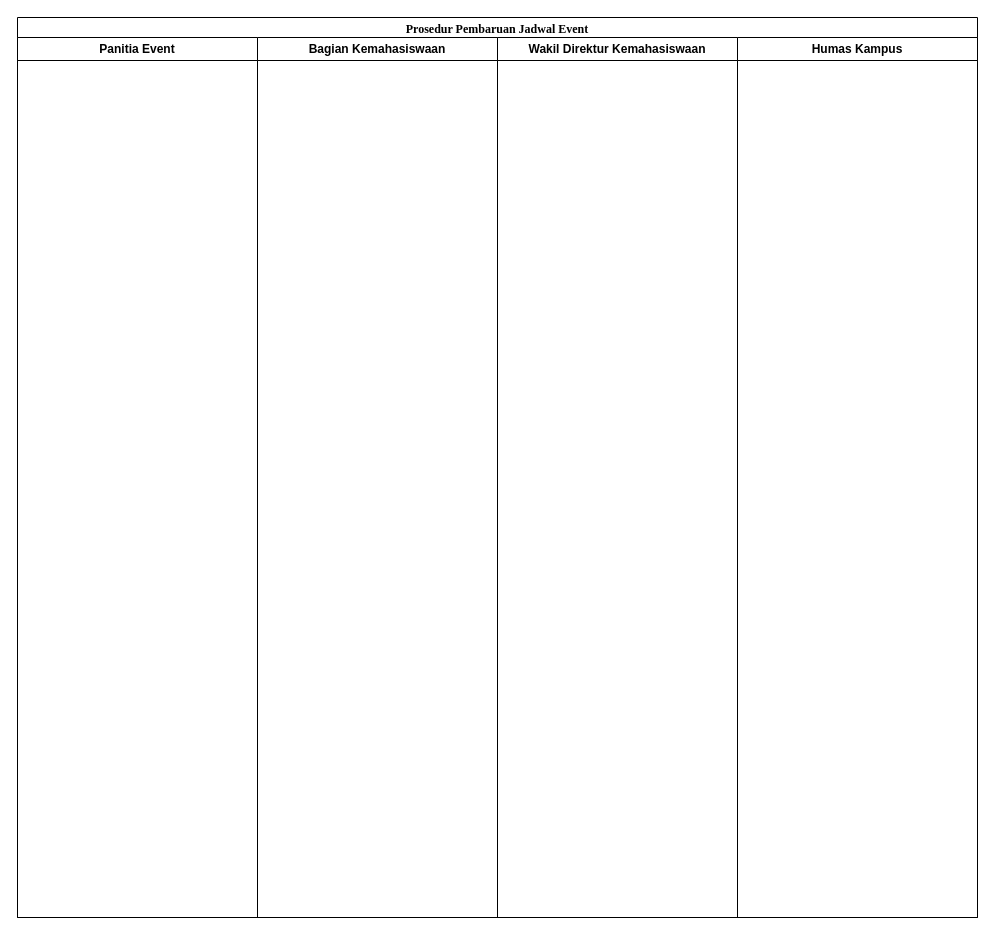
Above: page "ProsedurPembaruanJadwalEvent" (5 of 5) of Flowchart.drawio in TriaAhmad/Flowchart (draw.io), before the change. Source tidied: cells renumbered, new cells numbered last; positions are measured from the earlier drawing's top-left corner, leaving out a move shared by most shapes. Both pictures are drawn from the tidied source at 100%, with x=0, y=0 at pixel (17, 17).
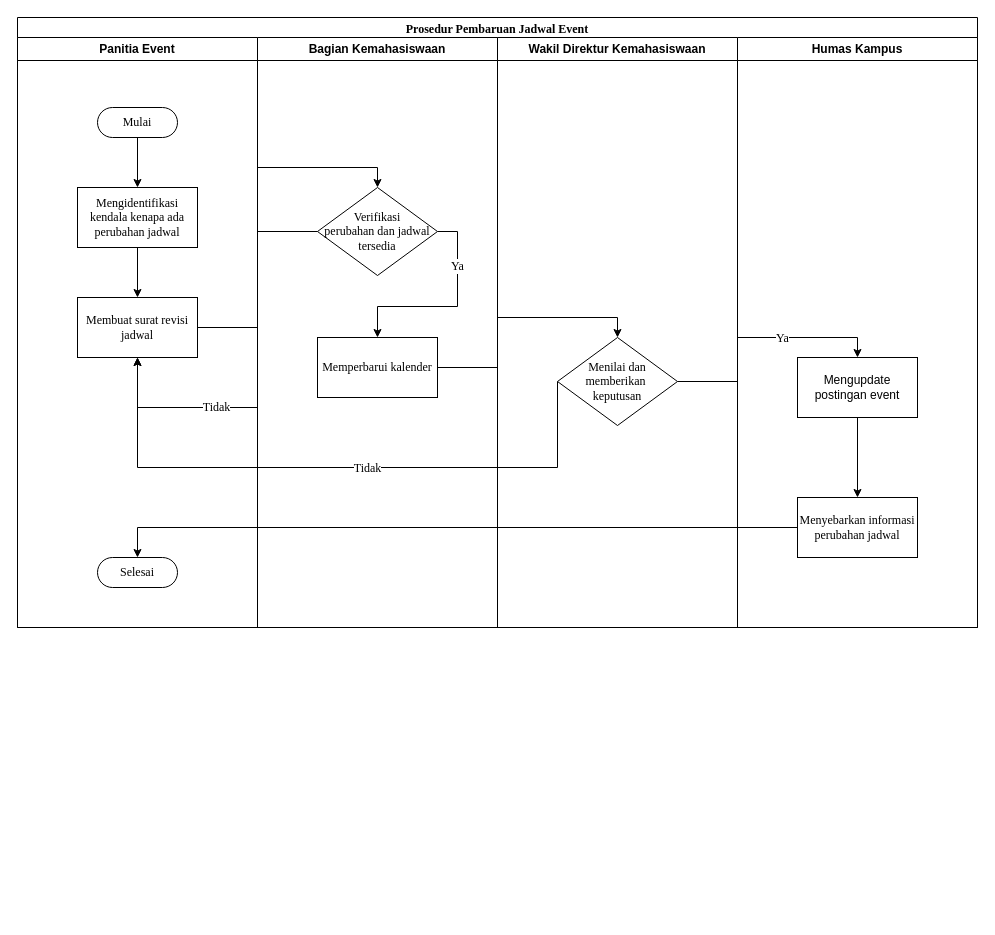
The same page after the edit.

The edit, as a diff of the source:
```diff
@@
     <mxCell id="2" value="&lt;font face=&quot;Times New Roman&quot;&gt;Prosedur Pembaruan Jadwal Event&lt;/font&gt;" style="swimlane;whiteSpace=wrap;html=1;" parent="1" vertex="1">
-      <mxGeometry width="960" height="900" as="geometry" />
+      <mxGeometry width="960" height="610" as="geometry" />
     </mxCell>
     <mxCell id="3" value="Panitia Event" style="swimlane;whiteSpace=wrap;html=1;startSize=23;" parent="2" vertex="1">
-      <mxGeometry y="20" width="240" height="880" as="geometry" />
+      <mxGeometry y="20" width="240" height="590" as="geometry" />
     </mxCell>
+    <mxCell id="7" style="edgeStyle=orthogonalEdgeStyle;rounded=0;jettySize=auto;html=1;exitX=0.5;exitY=0.5;exitDx=0;exitDy=15;exitPerimeter=0;entryX=0.5;entryY=0;entryDx=0;entryDy=0;" parent="3" edge="1" source="8" target="10">
+      <mxGeometry relative="1" as="geometry" />
+    </mxCell>
+    <mxCell id="8" value="&lt;font face=&quot;Times New Roman&quot;&gt;Mulai&lt;/font&gt;" style="html=1;dashed=0;whiteSpace=wrap;shape=mxgraph.dfd.start;" parent="3" vertex="1">
+      <mxGeometry x="80" y="70" width="80" height="30" as="geometry" />
+    </mxCell>
+    <mxCell id="9" style="edgeStyle=orthogonalEdgeStyle;rounded=0;jettySize=auto;html=1;exitX=0.5;exitY=1;exitDx=0;exitDy=0;entryX=0.5;entryY=0;entryDx=0;entryDy=0;" parent="3" edge="1" source="10" target="11">
+      <mxGeometry relative="1" as="geometry" />
+    </mxCell>
+    <mxCell id="10" value="&lt;font face=&quot;Times New Roman&quot;&gt;Mengidentifikasi kendala kenapa ada&lt;/font&gt;&lt;div&gt;&lt;font face=&quot;Times New Roman&quot;&gt;perubahan jadwal&lt;/font&gt;&lt;/div&gt;" style="rounded=0;whiteSpace=wrap;html=1;" parent="3" vertex="1">
+      <mxGeometry x="60" y="150" width="120" height="60" as="geometry" />
+    </mxCell>
+    <mxCell id="11" value="&lt;font face=&quot;Times New Roman&quot;&gt;Membuat surat revisi&lt;/font&gt;&lt;div&gt;&lt;font face=&quot;Times New Roman&quot;&gt;jadwal&lt;/font&gt;&lt;/div&gt;" style="rounded=0;whiteSpace=wrap;html=1;" parent="3" vertex="1">
+      <mxGeometry x="60" y="260" width="120" height="60" as="geometry" />
+    </mxCell>
+    <mxCell id="12" value="&lt;font face=&quot;Times New Roman&quot;&gt;Selesai&lt;/font&gt;" style="html=1;dashed=0;whiteSpace=wrap;shape=mxgraph.dfd.start;" parent="3" vertex="1">
+      <mxGeometry x="80" y="520" width="80" height="30" as="geometry" />
+    </mxCell>
     <mxCell id="4" value="Bagian Kemahasiswaan" style="swimlane;whiteSpace=wrap;html=1;" parent="2" vertex="1">
-      <mxGeometry x="240" y="20" width="240" height="880" as="geometry" />
+      <mxGeometry x="240" y="20" width="240" height="590" as="geometry" />
     </mxCell>
+    <mxCell id="13" style="edgeStyle=orthogonalEdgeStyle;rounded=0;jettySize=auto;html=1;exitX=1;exitY=0.5;exitDx=0;exitDy=0;entryX=0.5;entryY=0;entryDx=0;entryDy=0;" parent="4" edge="1" source="15" target="16">
+      <mxGeometry relative="1" as="geometry" />
+    </mxCell>
+    <mxCell id="14" value="&lt;font face=&quot;Times New Roman&quot; style=&quot;font-size: 12px;&quot;&gt;Ya&lt;/font&gt;" style="edgeLabel;html=1;align=center;verticalAlign=middle;" parent="13" vertex="1">
+      <mxGeometry x="-0.48" y="-1" relative="1" as="geometry" />
+    </mxCell>
+    <mxCell id="15" value="&lt;font face=&quot;Times New Roman&quot;&gt;Verifikasi&lt;/font&gt;&lt;div&gt;&lt;font face=&quot;Times New Roman&quot;&gt;perubahan dan jadwal tersedia&lt;/font&gt;&lt;/div&gt;" style="rhombus;whiteSpace=wrap;html=1;" parent="4" vertex="1">
+      <mxGeometry x="60" y="150" width="120" height="88" as="geometry" />
+    </mxCell>
+    <mxCell id="16" value="&lt;font face=&quot;Times New Roman&quot;&gt;Memperbarui kalender&lt;/font&gt;" style="rounded=0;whiteSpace=wrap;html=1;" parent="4" vertex="1">
+      <mxGeometry x="60" y="300" width="120" height="60" as="geometry" />
+    </mxCell>
     <mxCell id="5" value="Wakil Direktur Kemahasiswaan" style="swimlane;whiteSpace=wrap;html=1;" parent="2" vertex="1">
-      <mxGeometry x="480" y="20" width="240" height="880" as="geometry" />
+      <mxGeometry x="480" y="20" width="240" height="590" as="geometry" />
     </mxCell>
+    <mxCell id="17" style="edgeStyle=orthogonalEdgeStyle;rounded=0;jettySize=auto;html=1;exitX=0;exitY=0.5;exitDx=0;exitDy=0;" parent="5" edge="1" source="19">
+      <mxGeometry relative="1" as="geometry">
+        <mxPoint x="-360" y="320" as="targetPoint" />
+        <Array as="points">
+          <mxPoint x="60" y="430" />
+          <mxPoint x="-360" y="430" />
+        </Array>
+      </mxGeometry>
+    </mxCell>
+    <mxCell id="18" value="&lt;font face=&quot;Times New Roman&quot; style=&quot;font-size: 12px;&quot;&gt;Tidak&lt;/font&gt;" style="edgeLabel;html=1;align=center;verticalAlign=middle;" parent="17" vertex="1">
+      <mxGeometry x="-0.1" relative="1" as="geometry" />
+    </mxCell>
+    <mxCell id="19" value="&lt;font face=&quot;Times New Roman&quot;&gt;Menilai dan memberikan&amp;nbsp;&lt;/font&gt;&lt;div&gt;&lt;font face=&quot;Times New Roman&quot;&gt;keputusan&lt;/font&gt;&lt;/div&gt;" style="rhombus;whiteSpace=wrap;html=1;" parent="5" vertex="1">
+      <mxGeometry x="60" y="300" width="120" height="88" as="geometry" />
+    </mxCell>
     <mxCell id="6" value="Humas Kampus" style="swimlane;whiteSpace=wrap;html=1;startSize=23;" parent="2" vertex="1">
-      <mxGeometry x="720" y="20" width="240" height="880" as="geometry" />
+      <mxGeometry x="720" y="20" width="240" height="590" as="geometry" />
     </mxCell>
+    <mxCell id="20" style="edgeStyle=orthogonalEdgeStyle;rounded=0;jettySize=auto;html=1;exitX=0.5;exitY=1;exitDx=0;exitDy=0;" parent="6" edge="1" source="21" target="22">
+      <mxGeometry relative="1" as="geometry" />
+    </mxCell>
+    <mxCell id="21" value="Mengupdate&lt;div&gt;postingan event&lt;/div&gt;" style="rounded=0;whiteSpace=wrap;html=1;" parent="6" vertex="1">
+      <mxGeometry x="60" y="320" width="120" height="60" as="geometry" />
+    </mxCell>
+    <mxCell id="22" value="&lt;span lang=&quot;IN&quot; style=&quot;line-height: 107%; font-family: &amp;quot;Times New Roman&amp;quot;, serif;&quot;&gt;&lt;font style=&quot;font-size: 12px;&quot;&gt;Menyebarkan informasi&lt;/font&gt;&lt;/span&gt;&lt;div&gt;&lt;span lang=&quot;IN&quot; style=&quot;line-height: 107%; font-family: &amp;quot;Times New Roman&amp;quot;, serif;&quot;&gt;&lt;font style=&quot;font-size: 12px;&quot;&gt;perubahan jadwal&lt;/font&gt;&lt;/span&gt;&lt;/div&gt;" style="rounded=0;whiteSpace=wrap;html=1;" parent="6" vertex="1">
+      <mxGeometry x="60" y="460" width="120" height="60" as="geometry" />
+    </mxCell>
+    <mxCell id="23" style="edgeStyle=orthogonalEdgeStyle;rounded=0;jettySize=auto;html=1;exitX=1;exitY=0.5;exitDx=0;exitDy=0;entryX=0.5;entryY=0;entryDx=0;entryDy=0;" parent="2" edge="1" source="11" target="15">
+      <mxGeometry relative="1" as="geometry" />
+    </mxCell>
+    <mxCell id="24" style="edgeStyle=orthogonalEdgeStyle;rounded=0;jettySize=auto;html=1;exitX=0;exitY=0.5;exitDx=0;exitDy=0;entryX=0.5;entryY=1;entryDx=0;entryDy=0;" parent="2" edge="1" source="15" target="11">
+      <mxGeometry relative="1" as="geometry">
+        <Array as="points">
+          <mxPoint x="240" y="214" />
+          <mxPoint x="240" y="390" />
+          <mxPoint x="120" y="390" />
+        </Array>
+      </mxGeometry>
+    </mxCell>
+    <mxCell id="25" value="&lt;font face=&quot;Times New Roman&quot; style=&quot;font-size: 12px;&quot;&gt;Tidak&lt;/font&gt;" style="edgeLabel;html=1;align=center;verticalAlign=middle;" parent="24" vertex="1">
+      <mxGeometry x="0.37" y="-1" relative="1" as="geometry" />
+    </mxCell>
+    <mxCell id="26" style="edgeStyle=orthogonalEdgeStyle;rounded=0;jettySize=auto;html=1;exitX=1;exitY=0.5;exitDx=0;exitDy=0;entryX=0.5;entryY=0;entryDx=0;entryDy=0;" parent="2" edge="1" source="16" target="19">
+      <mxGeometry relative="1" as="geometry" />
+    </mxCell>
+    <mxCell id="27" style="edgeStyle=orthogonalEdgeStyle;rounded=0;jettySize=auto;html=1;exitX=1;exitY=0.5;exitDx=0;exitDy=0;entryX=0.5;entryY=0;entryDx=0;entryDy=0;" parent="2" edge="1" source="19" target="21">
+      <mxGeometry relative="1" as="geometry" />
+    </mxCell>
+    <mxCell id="28" value="&lt;font style=&quot;font-size: 12px;&quot; face=&quot;Times New Roman&quot;&gt;Ya&lt;/font&gt;" style="edgeLabel;html=1;align=center;verticalAlign=middle;" parent="27" vertex="1">
+      <mxGeometry x="0.21" y="-1" relative="1" as="geometry">
+        <mxPoint y="-1" as="offset" />
+      </mxGeometry>
+    </mxCell>
+    <mxCell id="29" style="edgeStyle=orthogonalEdgeStyle;rounded=0;jettySize=auto;html=1;exitX=0;exitY=0.5;exitDx=0;exitDy=0;entryX=0.5;entryY=0.5;entryDx=0;entryDy=-15;entryPerimeter=0;" parent="2" edge="1" source="22" target="12">
+      <mxGeometry relative="1" as="geometry" />
+    </mxCell>
```
